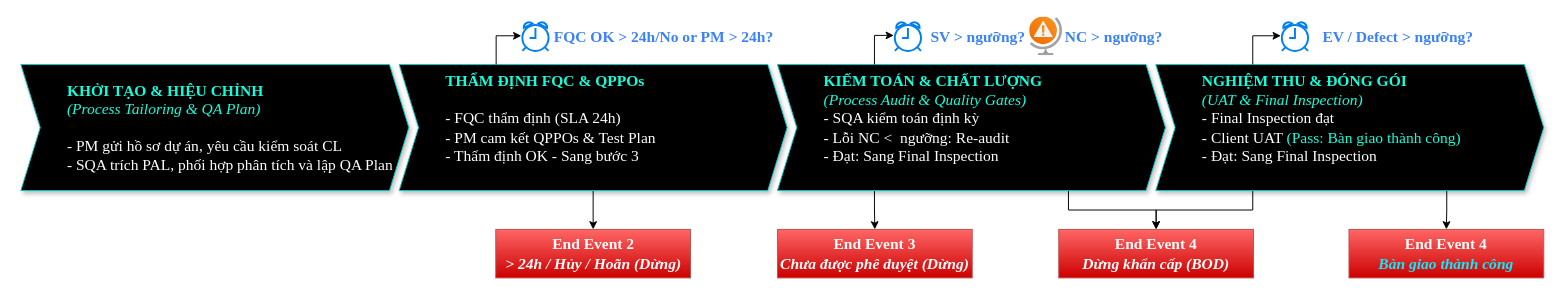
Earlier version of the draw.io diagram ly-kien-duc/25410189_TongQuanQT.drawio (DannyHieu/business-process-management). Source tidied: cells renumbered, new cells numbered last; positions are measured from the earlier drawing's top-left corner, leaving out a move shared by most shapes. Both pictures are drawn from the tidied source at 97%, with x=0, y=0 at pixel (20, 16).
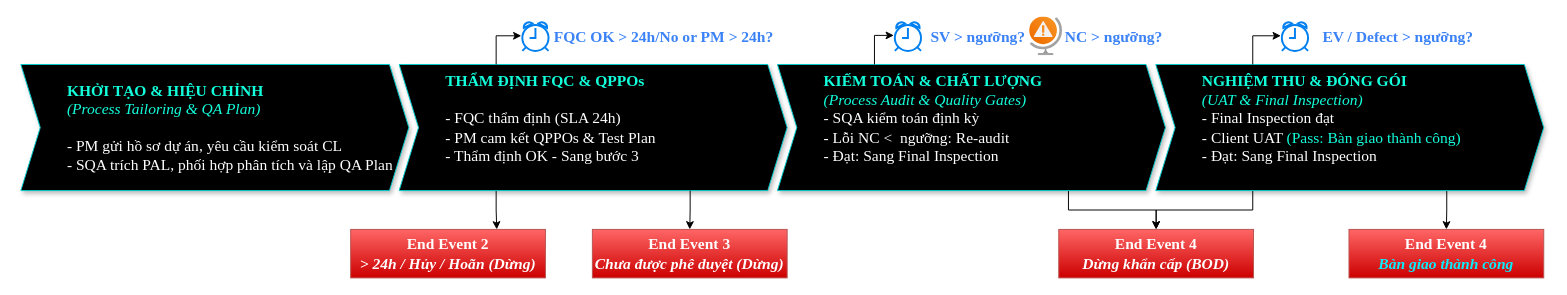
The same diagram, later.

Unchanged cells that the change refers to:
```xml
<mxCell id="4" value="&lt;blockquote style=&quot;margin: 0px 0px 0px 40px; border-width: medium; border-style: none; border-color: currentcolor; border-image: none; padding: 0px;&quot;&gt;&lt;div&gt;&lt;div&gt;&lt;b style=&quot;background-color: transparent; color: rgb(19, 255, 220);&quot;&gt;THẨM ĐỊNH FQC &amp;amp; QPPOs&lt;/b&gt;&lt;/div&gt;&lt;/div&gt;&lt;div&gt;&lt;br&gt;&lt;/div&gt;&lt;div&gt;- FQC thẩm định (SLA 24h)&lt;/div&gt;&lt;span style=&quot;background-color: transparent;&quot;&gt;- PM cam kết QPPOs &amp;amp; Test Plan&lt;/span&gt;&lt;/blockquote&gt;&lt;blockquote style=&quot;margin: 0px 0px 0px 40px; border-width: medium; border-style: none; border-color: currentcolor; border-image: none; padding: 0px;&quot;&gt;&lt;span style=&quot;background-color: transparent;&quot;&gt;- Thẩm định OK - Sang bước 3&lt;/span&gt;&lt;/blockquote&gt;&lt;div&gt;&lt;blockquote style=&quot;margin: 0px 0px 0px 40px; border-width: medium; border-style: none; border-color: currentcolor; border-image: none; padding: 0px;&quot;&gt;&lt;blockquote style=&quot;margin: 0px 0px 0px 40px; border-width: medium; border-style: none; border-color: currentcolor; border-image: none; padding: 0px;&quot;&gt;&lt;/blockquote&gt;&lt;/blockquote&gt;&lt;/div&gt;&lt;blockquote style=&quot;margin: 0px 0px 0px 40px; border-width: medium; border-style: none; border-color: currentcolor; border-image: none; padding: 0px;&quot;&gt;&lt;blockquote style=&quot;margin: 0px 0px 0px 40px; border-width: medium; border-style: none; border-color: currentcolor; border-image: none; padding: 0px;&quot;&gt;&lt;div&gt;&lt;span style=&quot;background-color: transparent;&quot;&gt;&lt;br&gt;&lt;/span&gt;&lt;/div&gt;&lt;/blockquote&gt;&lt;/blockquote&gt;" style="shape=step;perimeter=stepPerimeter;whiteSpace=wrap;html=1;shapeInside=1;fixedSize=1;fontFamily=Times New Roman;fontSize=16;align=left;verticalAlign=middle;spacing=8;spacingTop=0;spacingRight=0;fillColor=#3B82F6;strokeColor=#00CCCC;gradientColor=light-dark(#136CC8,#436697);fontColor=#FFFFFF;shadow=1;rounded=0;" parent="1" vertex="1">
  <mxGeometry x="390" y="49" width="400" height="130" as="geometry" />
</mxCell>
<mxCell id="7" value="&lt;blockquote style=&quot;margin: 0px 0px 0px 40px; border-width: medium; border-style: none; border-color: currentcolor; border-image: none; padding: 0px;&quot;&gt;&lt;div&gt;&lt;div&gt;&lt;b style=&quot;background-color: transparent; color: rgb(19, 255, 220);&quot;&gt;KIẾM TOÁN &amp;amp; CHẤT LƯỢNG&lt;/b&gt;&lt;/div&gt;&lt;/div&gt;&lt;div&gt;&lt;i style=&quot;color: rgb(19, 255, 220);&quot;&gt;(Process Audit &amp;amp; Quality Gates)&lt;/i&gt;&lt;/div&gt;&lt;div&gt;- SQA kiểm toán định kỳ&lt;/div&gt;&lt;span style=&quot;background-color: transparent;&quot;&gt;- Lỗi NC &amp;lt;&amp;nbsp; ngưỡng: Re-audit&lt;/span&gt;&lt;/blockquote&gt;&lt;blockquote style=&quot;margin: 0px 0px 0px 40px; border-width: medium; border-style: none; border-color: currentcolor; border-image: none; padding: 0px;&quot;&gt;&lt;span style=&quot;background-color: transparent;&quot;&gt;- Đạt: Sang Final Inspection&lt;/span&gt;&lt;/blockquote&gt;&lt;div&gt;&lt;blockquote style=&quot;margin: 0px 0px 0px 40px; border-width: medium; border-style: none; border-color: currentcolor; border-image: none; padding: 0px;&quot;&gt;&lt;blockquote style=&quot;margin: 0px 0px 0px 40px; border-width: medium; border-style: none; border-color: currentcolor; border-image: none; padding: 0px;&quot;&gt;&lt;/blockquote&gt;&lt;/blockquote&gt;&lt;/div&gt;&lt;blockquote style=&quot;margin: 0px 0px 0px 40px; border-width: medium; border-style: none; border-color: currentcolor; border-image: none; padding: 0px;&quot;&gt;&lt;blockquote style=&quot;margin: 0px 0px 0px 40px; border-width: medium; border-style: none; border-color: currentcolor; border-image: none; padding: 0px;&quot;&gt;&lt;div&gt;&lt;span style=&quot;background-color: transparent;&quot;&gt;&lt;br&gt;&lt;/span&gt;&lt;/div&gt;&lt;/blockquote&gt;&lt;/blockquote&gt;" style="shape=step;perimeter=stepPerimeter;whiteSpace=wrap;html=1;shapeInside=1;fixedSize=1;fontFamily=Times New Roman;fontSize=16;align=left;verticalAlign=middle;spacing=8;spacingTop=0;spacingRight=0;fillColor=#3B82F6;strokeColor=#00CCCC;gradientColor=light-dark(#136CC8,#436697);fontColor=#FFFFFF;shadow=1;rounded=0;" parent="1" vertex="1">
  <mxGeometry x="780" y="49" width="400" height="130" as="geometry" />
</mxCell>
```

Change to the diagram source:
```diff
@@
-    <mxCell id="3" style="edgeStyle=orthogonalEdgeStyle;rounded=0;jettySize=auto;html=1;exitX=0.5;exitY=1;exitDx=0;exitDy=0;entryX=0.5;entryY=0;entryDx=0;entryDy=0;" parent="1" edge="1" source="4" target="22">
+    <mxCell id="3" style="edgeStyle=orthogonalEdgeStyle;rounded=0;jettySize=auto;html=1;exitX=0.25;exitY=1;exitDx=0;exitDy=0;entryX=0.75;entryY=0;entryDx=0;entryDy=0;" parent="1" edge="1" source="4" target="22">
       <mxGeometry relative="1" as="geometry" />
     </mxCell>
@@
-    <mxCell id="5" style="edgeStyle=orthogonalEdgeStyle;rounded=0;jettySize=auto;html=1;exitX=0.25;exitY=1;exitDx=0;exitDy=0;" parent="1" edge="1" source="7" target="23">
+    <mxCell id="5" style="edgeStyle=orthogonalEdgeStyle;rounded=0;jettySize=auto;html=1;exitX=0.75;exitY=1;exitDx=0;exitDy=0;" parent="1" edge="1" source="4" target="23">
       <mxGeometry relative="1" as="geometry" />
     </mxCell>
@@
     <mxCell id="22" value="&lt;span&gt;End Event 2&lt;/span&gt;&lt;div&gt;&lt;i&gt;&amp;gt; 24h / Hủy / Hoãn (Dừng)&lt;/i&gt;&lt;/div&gt;" style="rounded=0;whiteSpace=wrap;html=1;fontFamily=Times New Roman;fontSize=16;labelBackgroundColor=none;fillColor=#FF6666;gradientColor=#CC0000;strokeColor=#b85450;fontStyle=1;fontColor=#FFFFFF;" parent="1" vertex="1">
-      <mxGeometry x="489.6" y="219" width="200.8" height="50" as="geometry" />
+      <mxGeometry x="340" y="219" width="200.8" height="50" as="geometry" />
     </mxCell>
     <mxCell id="23" value="&lt;span&gt;End Event 3&lt;/span&gt;&lt;div&gt;&lt;i&gt;Chưa được phê duyệt (Dừng)&lt;/i&gt;&lt;/div&gt;" style="rounded=0;whiteSpace=wrap;html=1;fontFamily=Times New Roman;fontSize=16;labelBackgroundColor=none;fillColor=#FF6666;gradientColor=#CC0000;strokeColor=#b85450;fontStyle=1;fontColor=#FFFFFF;" parent="1" vertex="1">
-      <mxGeometry x="780" y="219" width="200.8" height="50" as="geometry" />
+      <mxGeometry x="589.2" y="219" width="200.8" height="50" as="geometry" />
     </mxCell>
```
